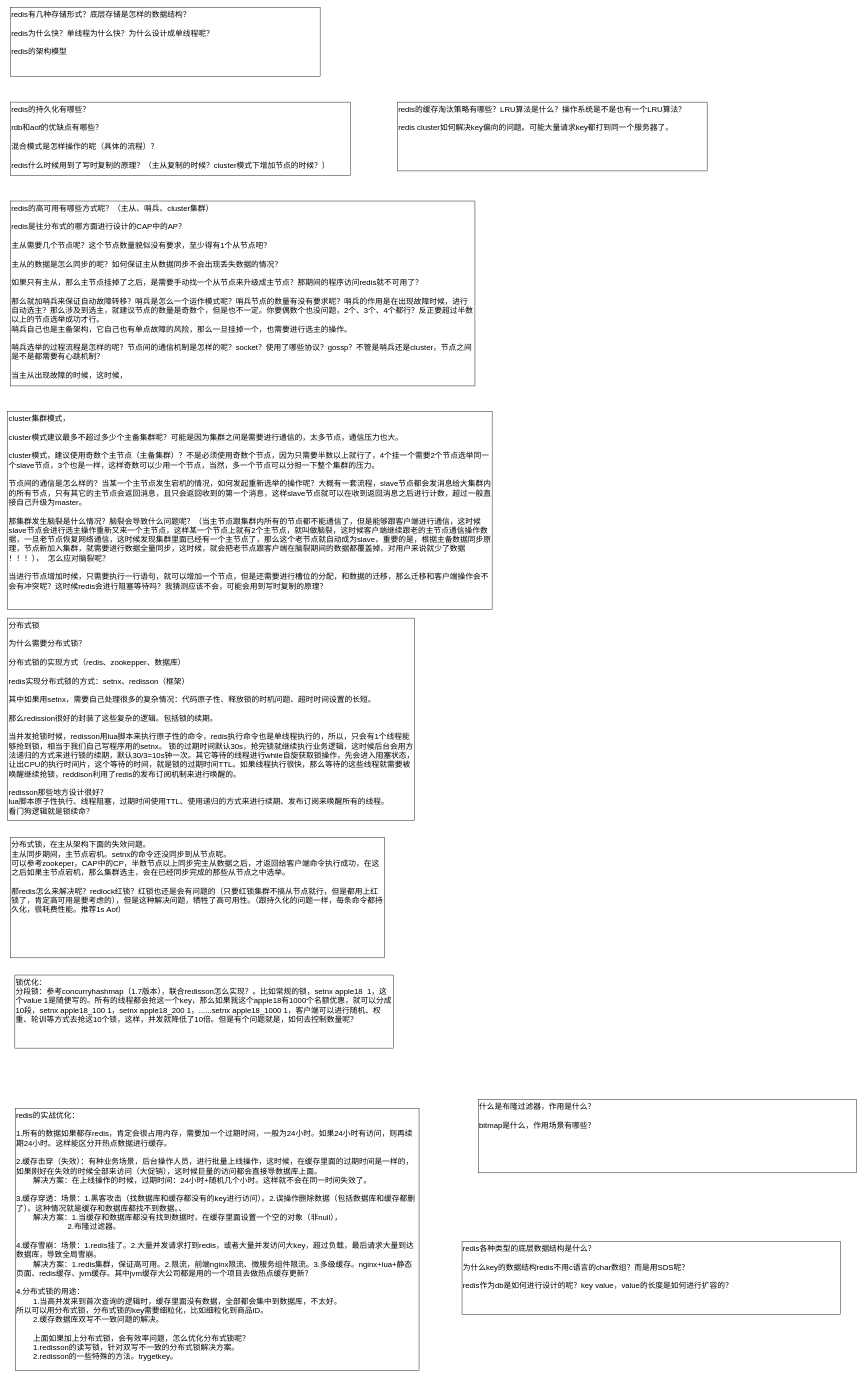
This is JAVA/Redis.drawio from KGwolf/MyDraw, a draw.io file, before an edit. Source tidied: cells renumbered, new cells numbered last; positions are measured from the earlier drawing's top-left corner, leaving out a move shared by most shapes. Both pictures are drawn from the tidied source at 43%, with x=0, y=0 at pixel (8, 7).
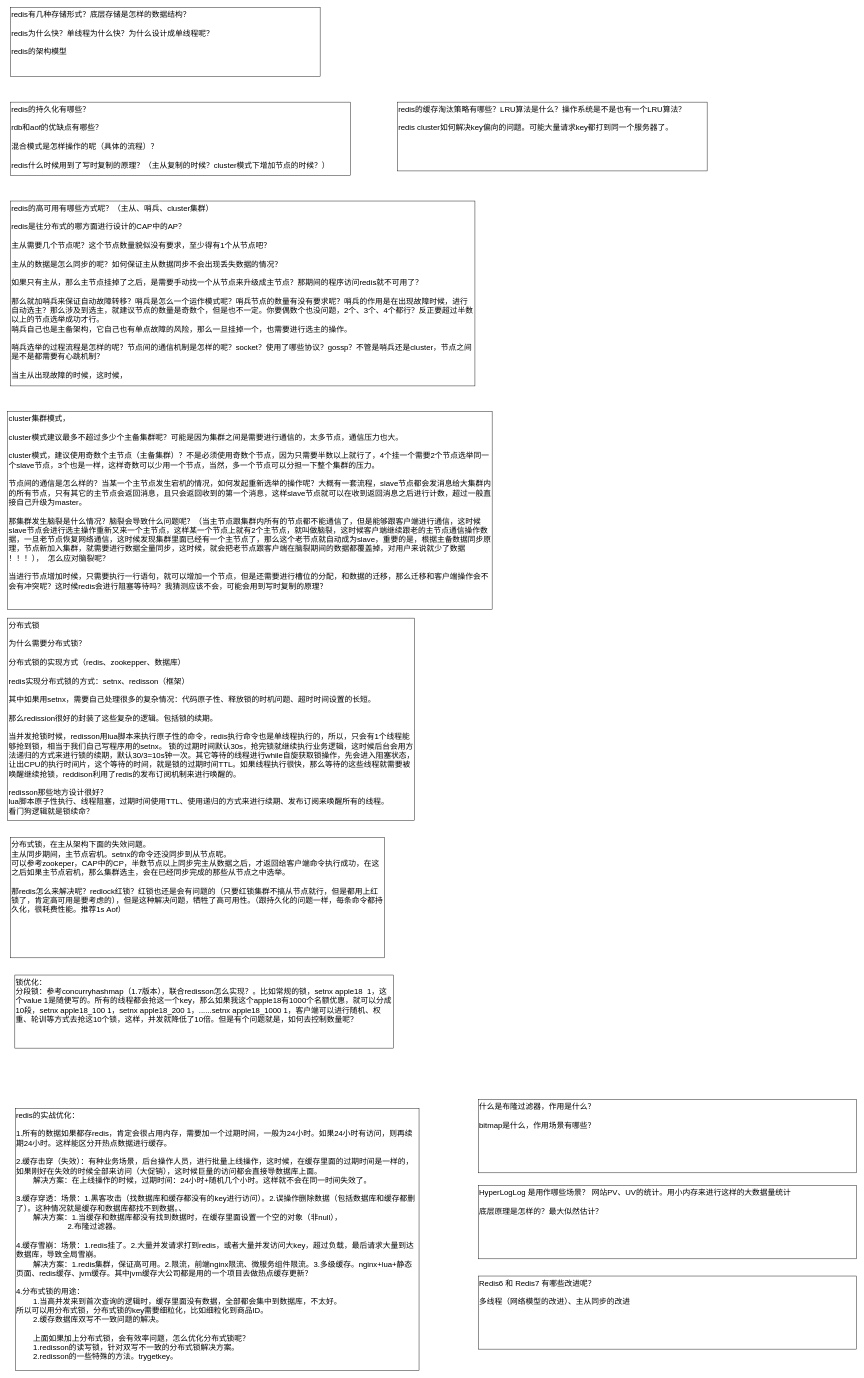
The same page after the edit.

The edit, as a diff of the source:
```diff
@@
 <mxGraphModel>
   <root>
     <mxCell id="0" />
     <mxCell id="1" parent="0" />
     <mxCell id="2" value="redis有几种存储形式？底层存储是怎样的数据结构？&lt;br&gt;&lt;br&gt;redis为什么快？单线程为什么快？为什么设计成单线程呢？&lt;br&gt;&lt;br&gt;redis的架构模型" style="rounded=0;whiteSpace=wrap;html=1;fontSize=18;align=left;verticalAlign=top;" parent="1" vertex="1">
       <mxGeometry x="6" width="720" height="160" as="geometry" />
     </mxCell>
     <mxCell id="3" value="redis的持久化有哪些？&lt;br&gt;&lt;br&gt;rdb和aof的优缺点有哪些？&lt;br&gt;&lt;br&gt;混合模式是怎样操作的呢（具体的流程）？&lt;br&gt;&lt;br&gt;redis什么时候用到了写时复制的原理？（主从复制的时候？cluster模式下增加节点的时候？）" style="rounded=0;whiteSpace=wrap;html=1;fontSize=18;align=left;verticalAlign=top;" parent="1" vertex="1">
       <mxGeometry x="6" y="220" width="790" height="170" as="geometry" />
     </mxCell>
     <mxCell id="4" value="redis的高可用有哪些方式呢？（主从、哨兵、cluster集群）&lt;br&gt;&lt;br&gt;redis是往分布式的哪方面进行设计的CAP中的AP？&lt;br&gt;&lt;br&gt;主从需要几个节点呢？这个节点数量貌似没有要求，至少得有1个从节点吧？&lt;br&gt;&lt;br&gt;主从的数据是怎么同步的呢？如何保证主从数据同步不会出现丢失数据的情况？&lt;br&gt;&lt;br&gt;如果只有主从，那么主节点挂掉了之后，是需要手动找一个从节点来升级成主节点？那期间的程序访问redis就不可用了？&lt;br&gt;&lt;br&gt;那么就加哨兵来保证自动故障转移？哨兵是怎么一个运作模式呢？哨兵节点的数量有没有要求呢？哨兵的作用是在出现故障时候，进行自动选主？那么涉及到选主，就建议节点的数量是奇数个，但是也不一定。你要偶数个也没问题，2个、3个、4个都行？反正要超过半数以上的节点选举成功才行。&lt;br&gt;哨兵自己也是主备架构，它自己也有单点故障的风险，那么一旦挂掉一个，也需要进行选主的操作。&lt;br&gt;&lt;br&gt;哨兵选举的过程流程是怎样的呢？节点间的通信机制是怎样的呢？socket？使用了哪些协议？gossp？不管是哨兵还是cluster，节点之间是不是都需要有心跳机制？&lt;br&gt;&lt;br&gt;当主从出现故障的时候，这时候，" style="rounded=0;whiteSpace=wrap;html=1;fontSize=18;align=left;verticalAlign=top;" parent="1" vertex="1">
       <mxGeometry x="6" y="450" width="1080" height="430" as="geometry" />
     </mxCell>
     <mxCell id="5" value="redis的缓存淘汰策略有哪些？LRU算法是什么？操作系统是不是也有一个LRU算法？&lt;br&gt;&lt;br&gt;redis cluster如何解决key偏向的问题。可能大量请求key都打到同一个服务器了。" style="rounded=0;whiteSpace=wrap;html=1;fontSize=18;align=left;verticalAlign=top;" parent="1" vertex="1">
       <mxGeometry x="906" y="220" width="720" height="160" as="geometry" />
     </mxCell>
     <mxCell id="6" value="cluster集群模式，&lt;br&gt;&lt;br&gt;cluster模式建议最多不超过多少个主备集群呢？可能是因为集群之间是需要进行通信的，太多节点，通信压力也大。&lt;br&gt;&lt;br&gt;cluster模式，建议使用奇数个主节点（主备集群）？不是必须使用奇数个节点，因为只需要半数以上就行了，4个挂一个需要2个节点选举同一个slave节点，3个也是一样，这样奇数可以少用一个节点，当然，多一个节点可以分担一下整个集群的压力。&lt;br&gt;&lt;br&gt;节点间的通信是怎么样的？当某一个主节点发生宕机的情况，如何发起重新选举的操作呢？大概有一套流程，slave节点都会发消息给大集群内的所有节点，只有其它的主节点会返回消息，且只会返回收到的第一个消息，这样slave节点就可以在收到返回消息之后进行计数，超过一般直接自己升级为master。&lt;br&gt;&lt;br&gt;那集群发生脑裂是什么情况？脑裂会导致什么问题呢？（当主节点跟集群内所有的节点都不能通信了，但是能够跟客户端进行通信，这时候slave节点会进行选主操作重新又来一个主节点，这样某一个节点上就有2个主节点，就叫做脑裂，这时候客户端继续跟老的主节点通信操作数据，一旦老节点恢复网络通信，这时候发现集群里面已经有一个主节点了，那么这个老节点就自动成为slave，重要的是，根据主备数据同步原理，节点新加入集群，就需要进行数据全量同步，这时候，就会把老节点跟客户端在脑裂期间的数据都覆盖掉，对用户来说就少了数据&lt;br&gt;！！！），&amp;nbsp; 怎么应对脑裂呢？&lt;br&gt;&lt;br&gt;当进行节点增加时候，只需要执行一行语句，就可以增加一个节点，但是还需要进行槽位的分配，和数据的迁移，那么迁移和客户端操作会不会有冲突呢？这时候redis会进行阻塞等待吗？我猜测应该不会，可能会用到写时复制的原理？" style="rounded=0;whiteSpace=wrap;html=1;fontSize=18;align=left;verticalAlign=top;" parent="1" vertex="1">
       <mxGeometry x="-0.5" y="940" width="1126.5" height="460" as="geometry" />
     </mxCell>
     <mxCell id="7" value="分布式锁&lt;br&gt;&lt;br&gt;为什么需要分布式锁？&lt;br&gt;&lt;br&gt;分布式锁的实现方式（redis、zookepper、数据库）&lt;br&gt;&lt;br&gt;redis实现分布式锁的方式：setnx、redisson（框架）&lt;br&gt;&lt;br&gt;其中如果用setnx，需要自己处理很多的复杂情况：代码原子性、释放锁的时机问题、超时时间设置的长短。&lt;br&gt;&lt;br&gt;那么redission很好的封装了这些复杂的逻辑。包括锁的续期。&lt;br&gt;&lt;br&gt;当并发抢锁时候，redisson用lua脚本来执行原子性的命令，redis执行命令也是单线程执行的，所以，只会有1个线程能够抢到锁，相当于我们自己写程序用的setnx。 锁的过期时间默认30s，抢完锁就继续执行业务逻辑，这时候后台会用方法递归的方式来进行锁的续期，默认30/3=10s钟一次。其它等待的线程进行while自旋获取锁操作，先会进入阻塞状态，让出CPU的执行时间片，这个等待的时间，就是锁的过期时间TTL。如果线程执行很快，那么等待的这些线程就需要被唤醒继续抢锁，reddison利用了redis的发布订阅机制来进行唤醒的。&lt;br&gt;&lt;br&gt;redisson那些地方设计很好？&lt;br&gt;lua脚本原子性执行、线程阻塞，过期时间使用TTL、使用递归的方式来进行续期、发布订阅来唤醒所有的线程。&lt;br&gt;看门狗逻辑就是锁续命？" style="rounded=0;whiteSpace=wrap;html=1;fontSize=18;align=left;verticalAlign=top;" parent="1" vertex="1">
       <mxGeometry x="-0.5" y="1420" width="946.5" height="470" as="geometry" />
     </mxCell>
     <mxCell id="8" value="分布式锁，在主从架构下面的失效问题。&lt;br&gt;主从同步期间，主节点宕机。setnx的命令还没同步到从节点呢。&lt;br&gt;可以参考zookeper，CAP中的CP，半数节点以上同步完主从数据之后，才返回给客户端命令执行成功，在这之后如果主节点宕机，那么集群选主，会在已经同步完成的那些从节点之中选举。&lt;br&gt;&lt;br&gt;那redis怎么来解决呢？redlock红锁？红锁也还是会有问题的（只要红锁集群不搞从节点就行，但是都用上红锁了，肯定高可用是要考虑的），但是这种解决问题，牺牲了高可用性。（跟持久化的问题一样，每条命令都持久化，很耗费性能。推荐1s Aof）" style="rounded=0;whiteSpace=wrap;html=1;fontSize=18;align=left;verticalAlign=top;" parent="1" vertex="1">
       <mxGeometry x="6" y="1930" width="870" height="280" as="geometry" />
     </mxCell>
     <mxCell id="9" value="锁优化：&lt;br&gt;分段锁：参考concurryhashmap（1.7版本），联合redisson怎么实现？。比如常规的锁，setnx apple18&amp;nbsp; 1，这个value 1是随便写的。所有的线程都会抢这一个key，那么如果我这个apple18有1000个名额优惠，就可以分成10段，setnx apple18_100 1，setnx apple18_200 1，......setnx apple18_1000 1，客户端可以进行随机、权重、轮训等方式去抢这10个锁，这样，并发就降低了10倍。但是有个问题就是，如何去控制数量呢？" style="rounded=0;whiteSpace=wrap;html=1;fontSize=18;align=left;verticalAlign=top;" parent="1" vertex="1">
       <mxGeometry x="16" y="2250" width="880" height="170" as="geometry" />
     </mxCell>
     <mxCell id="10" value="redis的实战优化：&lt;br&gt;&lt;br&gt;1.所有的数据如果都存redis，肯定会很占用内存，需要加一个过期时间，一般为24小时。如果24小时有访问，则再续期24小时。这样能区分开热点数据进行缓存。&lt;br&gt;&lt;br&gt;2.缓存击穿（失效）：有种业务场景，后台操作人员，进行批量上线操作，这时候，在缓存里面的过期时间是一样的，如果刚好在失效的时候全部来访问（大促销），这时候巨量的访问都会直接导数据库上面。&lt;br&gt;&lt;span style=&quot;white-space: pre;&quot;&gt;&#9;&lt;/span&gt;解决方案：在上线操作的时候，过期时间：24小时+随机几个小时。这样就不会在同一时间失效了。&lt;br&gt;&lt;br&gt;3.缓存穿透：场景：1.黑客攻击（找数据库和缓存都没有的key进行访问）。2.误操作删除数据（包括数据库和缓存都删了）。这种情况就是缓存和数据库都找不到数据。、&lt;br&gt;&lt;span style=&quot;white-space: pre;&quot;&gt;&#9;&lt;/span&gt;解决方案：1.当缓存和数据库都没有找到数据时，在缓存里面设置一个空的对象（非null），&lt;br&gt;&lt;span style=&quot;white-space: pre;&quot;&gt;&#9;&lt;/span&gt;&lt;span style=&quot;white-space: pre;&quot;&gt;&#9;&lt;/span&gt;&lt;span style=&quot;white-space: pre;&quot;&gt;&#9;&lt;/span&gt;2.布隆过滤器。&lt;br&gt;&lt;br&gt;4.缓存雪崩：场景：1.redis挂了。2.大量并发请求打到redis，或者大量并发访问大key，超过负载，最后请求大量到达数据库，导致全局雪崩。&lt;br&gt;&lt;span style=&quot;white-space: pre;&quot;&gt;&#9;&lt;/span&gt;解决方案：1.redis集群，保证高可用。2.限流，前端nginx限流、微服务组件限流。3.多级缓存。nginx+lua+静态页面、redis缓存、jvm缓存。其中jvm缓存大公司都是用的一个项目去做热点缓存更新？&lt;br&gt;&lt;br&gt;4.分布式锁的用途：&lt;br&gt;&lt;span style=&quot;white-space: pre;&quot;&gt;&#9;&lt;/span&gt;1.当高并发来到首次查询的逻辑时，缓存里面没有数据，全部都会集中到数据库，不太好。&lt;br&gt;所以可以用分布式锁，分布式锁的key需要细粒化，比如细粒化到商品ID。&lt;br&gt;&lt;span style=&quot;white-space: pre;&quot;&gt;&#9;&lt;/span&gt;2.缓存数据库双写不一致问题的解决。&lt;br&gt;&lt;br&gt;&lt;span style=&quot;white-space: pre;&quot;&gt;&#9;&lt;/span&gt;上面如果加上分布式锁，会有效率问题，怎么优化分布式锁呢？&lt;br&gt;&lt;span style=&quot;white-space: pre;&quot;&gt;&#9;&lt;/span&gt;1.redisson的读写锁，针对双写不一致的分布式锁解决方案。&lt;br&gt;&lt;span style=&quot;white-space: pre;&quot;&gt;&#9;&lt;/span&gt;2.redisson的一些特殊的方法。trygetkey。" style="rounded=0;whiteSpace=wrap;html=1;fontSize=18;align=left;verticalAlign=top;" parent="1" vertex="1">
       <mxGeometry x="17" y="2560" width="939" height="610" as="geometry" />
     </mxCell>
     <mxCell id="11" value="什么是布隆过滤器，作用是什么？&lt;br&gt;&lt;br&gt;bitmap是什么，作用场景有哪些？&lt;br&gt;" style="rounded=0;whiteSpace=wrap;html=1;fontSize=18;align=left;verticalAlign=top;" parent="1" vertex="1">
       <mxGeometry x="1094" y="2540" width="880" height="170" as="geometry" />
     </mxCell>
-    <mxCell id="12" value="redis各种类型的底层数据结构是什么？&lt;br&gt;&lt;br&gt;为什么key的数据结构redis不用c语言的char数组？而是用SDS呢？&lt;br&gt;&lt;br&gt;redis作为db是如何进行设计的呢？key value，value的长度是如何进行扩容的？" style="rounded=0;whiteSpace=wrap;html=1;fontSize=18;align=left;verticalAlign=top;" parent="1" vertex="1">
-      <mxGeometry x="1056" y="2870" width="880" height="170" as="geometry" />
+    <mxCell id="12" value="HyperLogLog 是用作哪些场景？ 网站PV、UV的统计。用小内存来进行这样的大数据量统计&lt;br&gt;&lt;br&gt;底层原理是怎样的？最大似然估计？" style="rounded=0;whiteSpace=wrap;html=1;fontSize=18;align=left;verticalAlign=top;" parent="1" vertex="1">
+      <mxGeometry x="1094" y="2740" width="880" height="170" as="geometry" />
     </mxCell>
+    <mxCell id="13" value="Redis6 和 Redis7 有哪些改进呢？&lt;br&gt;&lt;br&gt;多线程（网络模型的改进）、主从同步的改进" style="rounded=0;whiteSpace=wrap;html=1;fontSize=18;align=left;verticalAlign=top;" parent="1" vertex="1">
+      <mxGeometry x="1094" y="2950" width="880" height="170" as="geometry" />
+    </mxCell>
   </root>
 </mxGraphModel>
```
